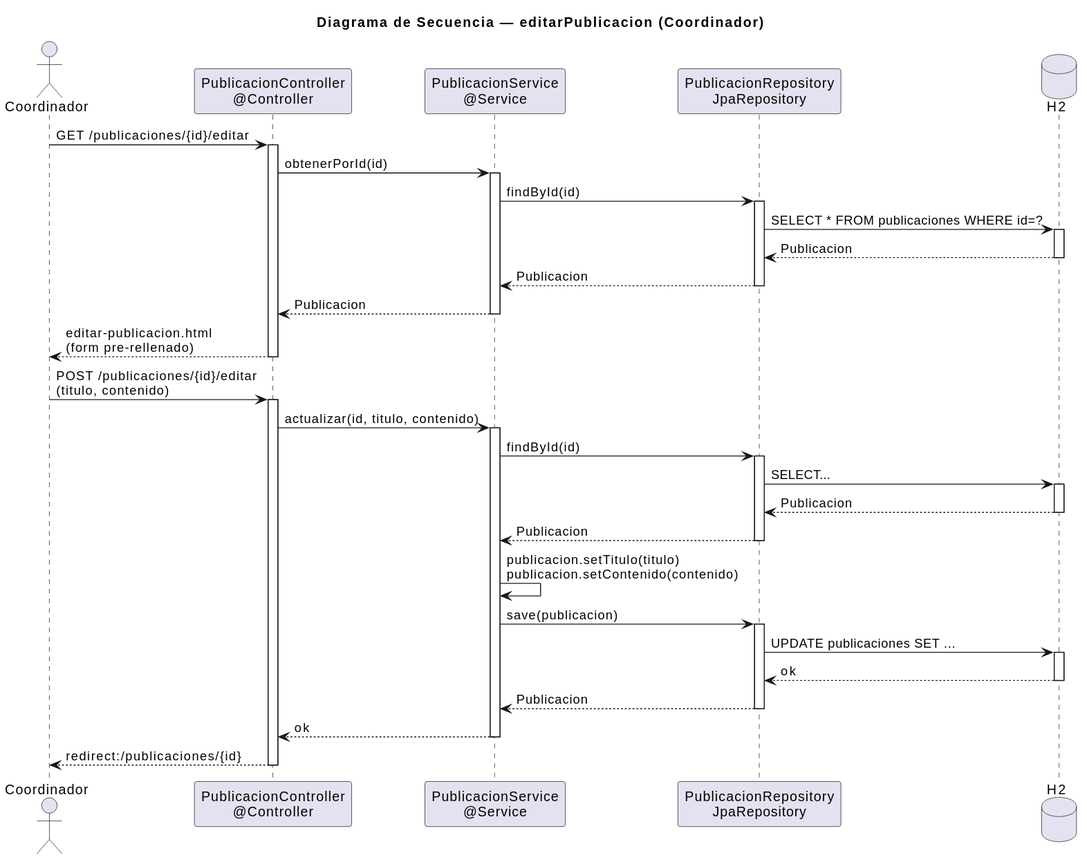
Above: images/diseño/coordinador/editarPublicacion.svg in 31Diego/25-26-idsw2-sdVC (PlantUML), before the change. Source of this version:
```plantuml
@startuml
title Diagrama de Secuencia — editarPublicacion (Coordinador)

actor "Coordinador" as User
participant "PublicacionController\n@Controller" as Controller
participant "PublicacionService\n@Service" as Service
participant "PublicacionRepository\nJpaRepository" as Repo
database "H2" as DB

User -> Controller: GET /publicaciones/{id}/editar
activate Controller
Controller -> Service: obtenerPorId(id)
activate Service
Service -> Repo: findById(id)
activate Repo
Repo -> DB: SELECT * FROM publicaciones WHERE id=?
activate DB
DB --> Repo: Publicacion
deactivate DB
Repo --> Service: Publicacion
deactivate Repo
Service --> Controller: Publicacion
deactivate Service
Controller --> User: editar-publicacion.html\n(form pre-rellenado)
deactivate Controller

User -> Controller: POST /publicaciones/{id}/editar\n(titulo, contenido)
activate Controller
Controller -> Service: actualizar(id, titulo, contenido)
activate Service
Service -> Repo: findById(id)
activate Repo
Repo -> DB: SELECT...
activate DB
DB --> Repo: Publicacion
deactivate DB
Repo --> Service: Publicacion
deactivate Repo
Service -> Service: publicacion.setTitulo(titulo)\npublicacion.setContenido(contenido)
Service -> Repo: save(publicacion)
activate Repo
Repo -> DB: UPDATE publicaciones SET ...
activate DB
DB --> Repo: ok
deactivate DB
Repo --> Service: Publicacion
deactivate Repo
Service --> Controller: ok
deactivate Service
Controller --> User: redirect:/publicaciones/{id}
deactivate Controller
@enduml
```
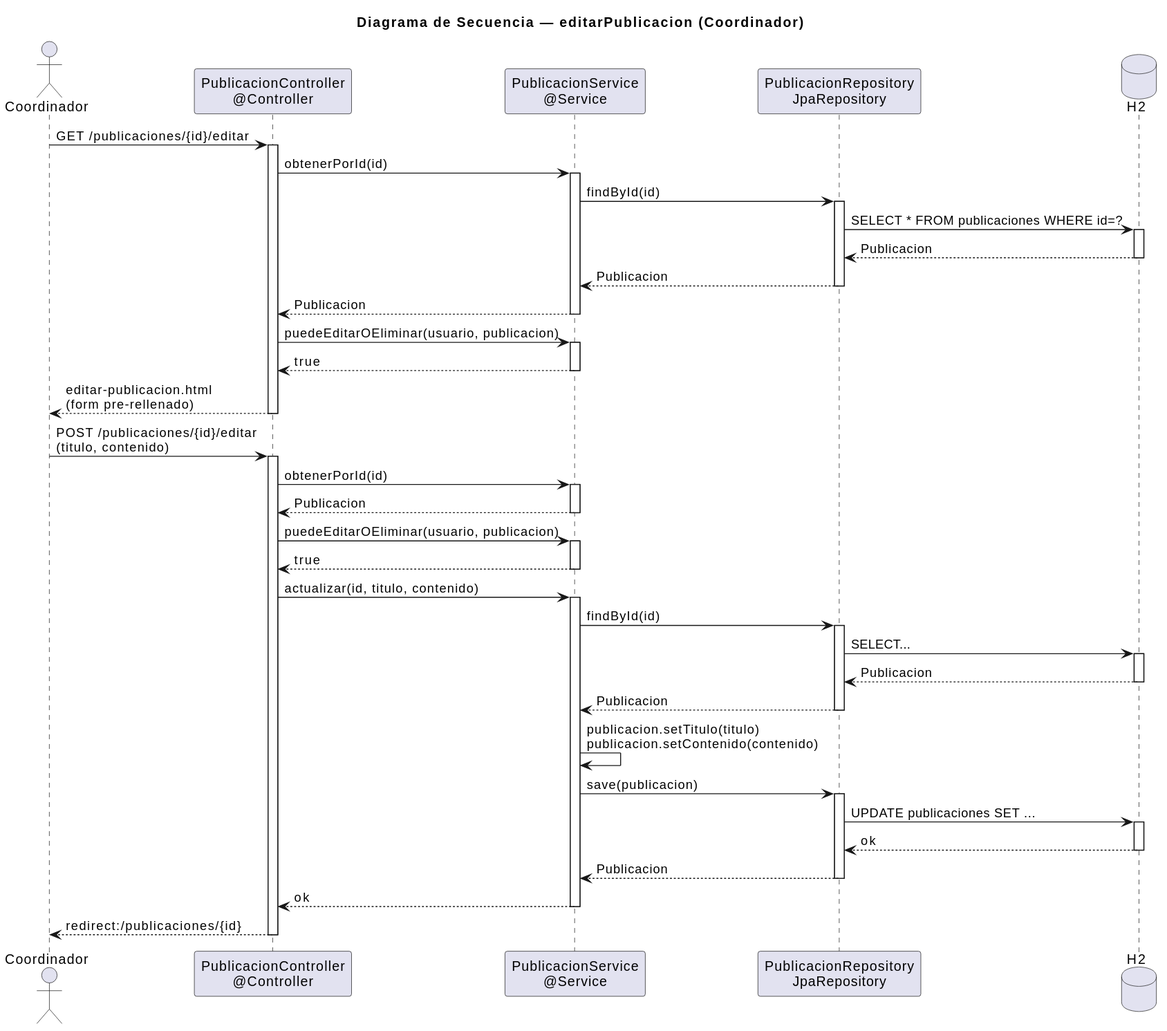
Later version of the same file.

Diff of the diagram source:
```diff
@@ -21,11 +21,23 @@
 deactivate Repo
 Service --> Controller: Publicacion
 deactivate Service
+Controller -> Service: puedeEditarOEliminar(usuario, publicacion)
+activate Service
+Service --> Controller: true
+deactivate Service
 Controller --> User: editar-publicacion.html\n(form pre-rellenado)
 deactivate Controller
 
 User -> Controller: POST /publicaciones/{id}/editar\n(titulo, contenido)
 activate Controller
+Controller -> Service: obtenerPorId(id)
+activate Service
+Service --> Controller: Publicacion
+deactivate Service
+Controller -> Service: puedeEditarOEliminar(usuario, publicacion)
+activate Service
+Service --> Controller: true
+deactivate Service
 Controller -> Service: actualizar(id, titulo, contenido)
 activate Service
 Service -> Repo: findById(id)
```
